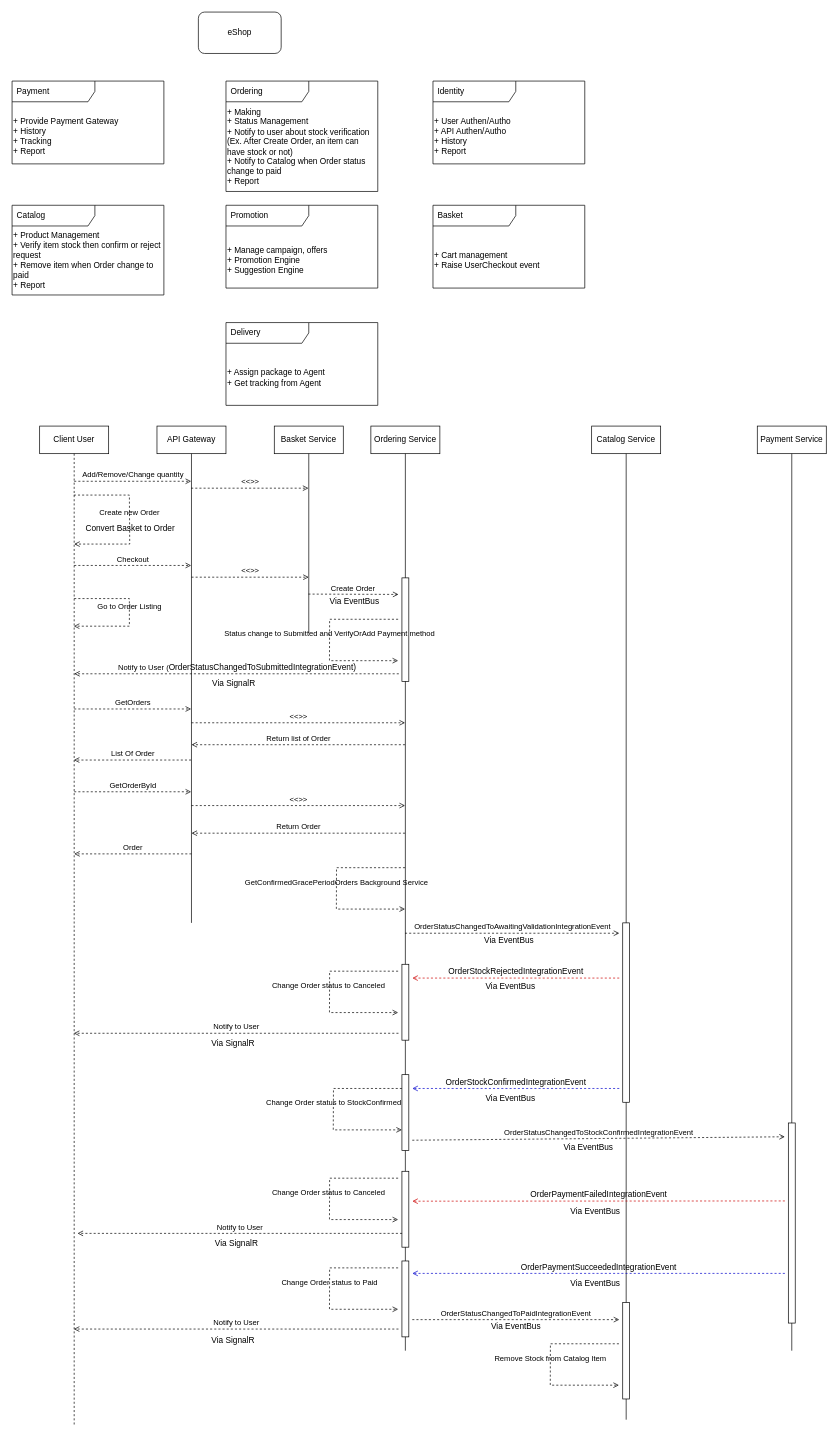
Before: page "Bounded Context" (1 of 2) of documents/DomainDrivenDesign.drawio in QuyenOrion/OrionEShopOnContainers, a draw.io diagram. Source tidied: cells renumbered, new cells numbered last; positions are measured from the earlier drawing's top-left corner, leaving out a move shared by most shapes. Both pictures are drawn from the tidied source at 69%, with x=0, y=0 at pixel (12, 12).
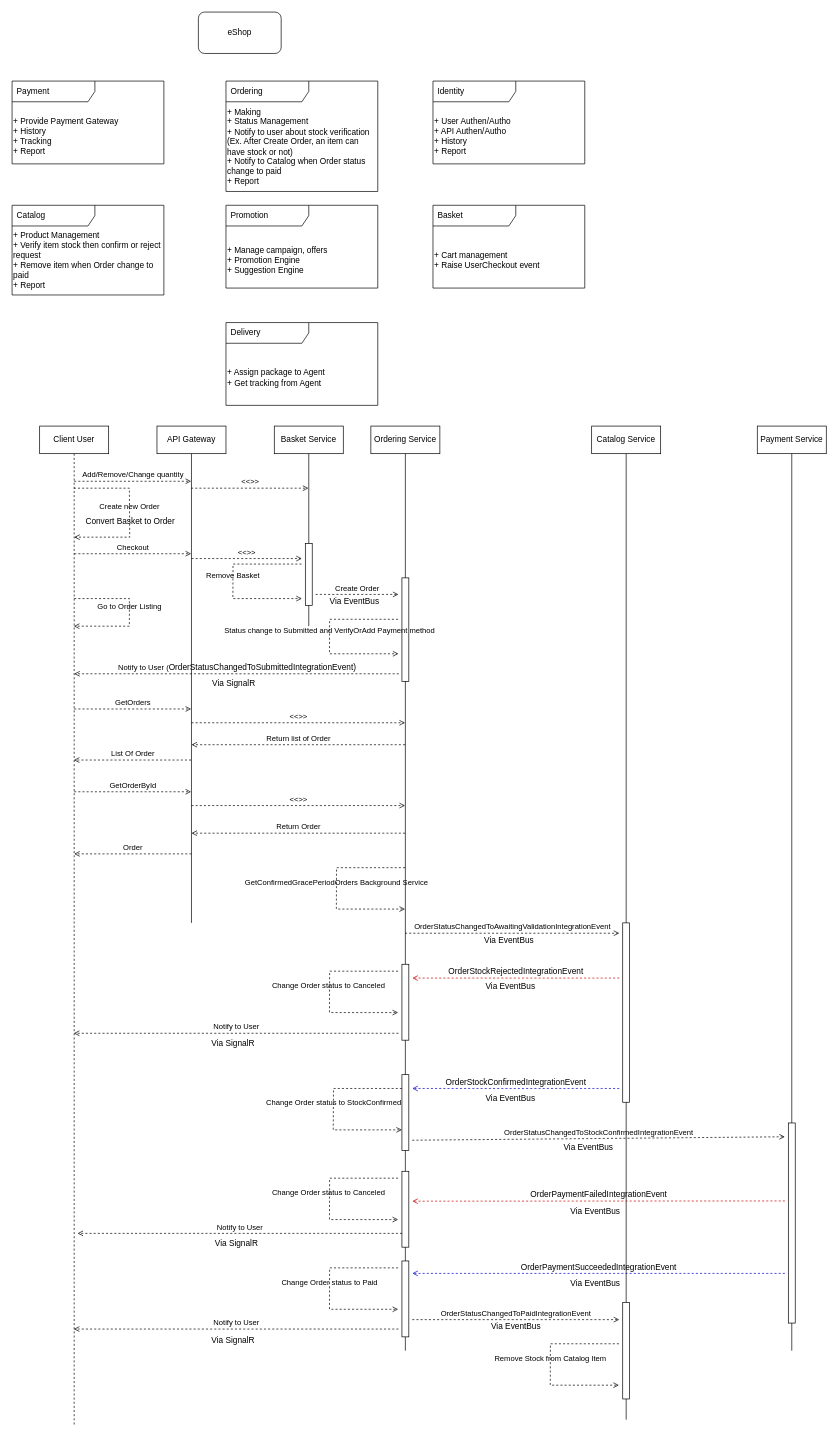
Above is the later version.

Commit message (it also covers changes not shown here):
Add Buyer Aggregate and related domain event

Unchanged cells that the change refers to:
```xml
<mxCell id="17" value="Client User" style="shape=umlLifeline;perimeter=lifelinePerimeter;whiteSpace=wrap;html=1;outlineConnect=0;" parent="1" vertex="1">
  <mxGeometry x="40" y="600" width="100" height="1450" as="geometry" />
</mxCell>
<mxCell id="24" value="Ordering Service" style="shape=umlLifeline;perimeter=lifelinePerimeter;whiteSpace=wrap;html=1;outlineConnect=0;lifelineDashed=0;" parent="1" vertex="1">
  <mxGeometry x="520" y="600" width="100" height="1340" as="geometry" />
</mxCell>
```

Diff of the diagram source:
```diff
@@
     <mxCell id="18" value="Checkout" style="html=1;verticalAlign=bottom;labelBackgroundColor=none;endArrow=open;endFill=0;dashed=1;" parent="17" edge="1">
       <mxGeometry relative="1" as="geometry">
-        <mxPoint x="50" y="202" as="sourcePoint" />
-        <mxPoint x="219.5" y="202" as="targetPoint" />
+        <mxPoint x="50" y="185" as="sourcePoint" />
+        <mxPoint x="219.5" y="185" as="targetPoint" />
       </mxGeometry>
     </mxCell>
@@
     <mxCell id="21" value="Basket Service" style="shape=umlLifeline;perimeter=lifelinePerimeter;whiteSpace=wrap;html=1;lifelineDashed=0;" parent="1" vertex="1">
-      <mxGeometry x="380" y="600" width="100" height="300" as="geometry" />
+      <mxGeometry x="380" y="600" width="100" height="290" as="geometry" />
     </mxCell>
@@
+    <mxCell id="77" style="html=1;perimeter=orthogonalPerimeter;" parent="21" vertex="1">
+      <mxGeometry x="45" y="170" width="10" height="90" as="geometry" />
+    </mxCell>
@@
     <mxCell id="25" value="Create Order" style="html=1;verticalAlign=bottom;labelBackgroundColor=none;endArrow=open;endFill=0;dashed=1;" parent="24" edge="1">
       <mxGeometry relative="1" as="geometry">
-        <mxPoint x="-90.5" y="243.5" as="sourcePoint" />
+        <mxPoint x="-80" y="244" as="sourcePoint" />
         <mxPoint x="40" y="244" as="targetPoint" />
       </mxGeometry>
     </mxCell>
@@
     <mxCell id="35" value="&amp;lt;&amp;lt;&amp;gt;&amp;gt;" style="html=1;verticalAlign=bottom;labelBackgroundColor=none;endArrow=open;endFill=0;dashed=1;" parent="1" edge="1">
       <mxGeometry relative="1" as="geometry">
-        <mxPoint x="260" y="819" as="sourcePoint" />
-        <mxPoint x="430" y="819" as="targetPoint" />
+        <mxPoint x="260" y="792" as="sourcePoint" />
+        <mxPoint x="420" y="792" as="targetPoint" />
       </mxGeometry>
     </mxCell>
@@
-    <mxCell id="43" value="Create new Order" style="endArrow=open;html=1;rounded=0;align=center;verticalAlign=bottom;dashed=1;endFill=0;labelBackgroundColor=none;" parent="1" edge="1" source="17">
+    <mxCell id="43" value="Create new Order" style="endArrow=open;html=1;rounded=0;align=center;verticalAlign=bottom;dashed=1;endFill=0;labelBackgroundColor=none;" parent="1" edge="1">
       <mxGeometry relative="1" as="geometry">
-        <mxPoint x="90" y="771" as="targetPoint" />
+        <mxPoint x="89.5" y="690" as="sourcePoint" />
+        <mxPoint x="90" y="761" as="targetPoint" />
         <Array as="points">
-          <mxPoint x="170" y="700" />
-          <mxPoint x="170.5" y="771" />
+          <mxPoint x="170" y="690" />
+          <mxPoint x="170.5" y="761" />
         </Array>
       </mxGeometry>
     </mxCell>
@@
     <mxCell id="74" value="Status change to Submitted and VerifyOrAdd Payment method" style="endArrow=open;html=1;rounded=0;align=center;verticalAlign=bottom;dashed=1;endFill=0;labelBackgroundColor=none;" parent="1" edge="1">
       <mxGeometry relative="1" as="geometry">
         <mxPoint x="559.5" y="880" as="sourcePoint" />
-        <mxPoint x="559.5" y="940" as="targetPoint" />
+        <mxPoint x="560" y="930" as="targetPoint" />
         <Array as="points">
           <mxPoint x="460.2" y="880" />
-          <mxPoint x="460" y="940" />
+          <mxPoint x="460" y="930" />
         </Array>
       </mxGeometry>
     </mxCell>
@@
+    <mxCell id="78" value="Remove Basket" style="endArrow=open;html=1;rounded=0;align=center;verticalAlign=bottom;dashed=1;endFill=0;labelBackgroundColor=none;" parent="1" edge="1">
+      <mxGeometry relative="1" as="geometry">
+        <mxPoint x="419.5" y="800" as="sourcePoint" />
+        <mxPoint x="420" y="850" as="targetPoint" />
+        <Array as="points">
+          <mxPoint x="320.2" y="800" />
+          <mxPoint x="320" y="850" />
+        </Array>
+      </mxGeometry>
+    </mxCell>
```
